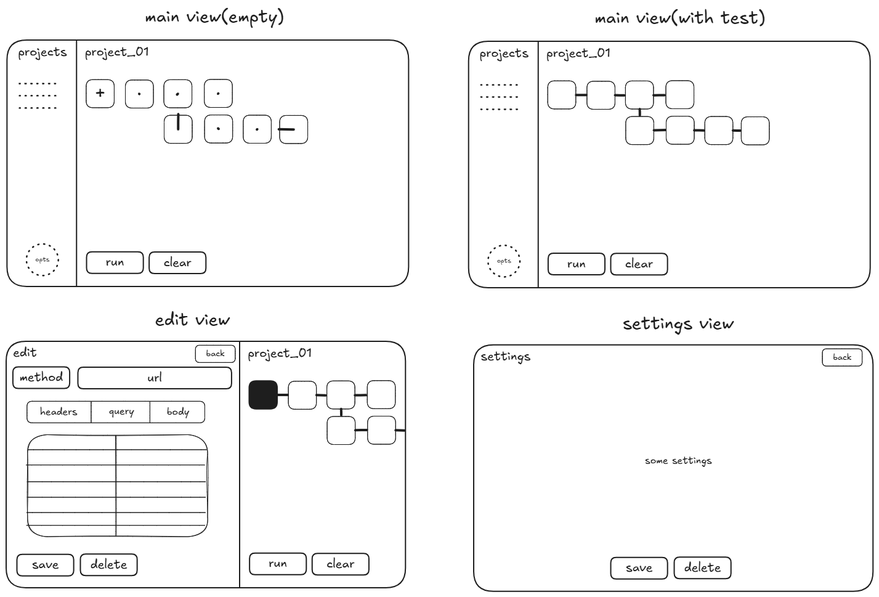
mrtnstl/wails-test keeps this Excalidraw diagram as docs/api-tester.excalidraw.png. Above is the earlier version. Source tidied: one line per element, renumbered; positions are measured from the earlier drawing's top-left corner, leaving out a move shared by most shapes. The source it was exported from:
```json
{"id": 0, "type": "rectangle", "strokeColor": "#1e1e1e", "strokeWidth": 2, "roughness": 0, "round": true, "x": 751, "y": 57, "width": 652, "height": 400}
{"id": 1, "type": "line", "strokeColor": "#1e1e1e", "strokeWidth": 2, "roughness": 0, "round": true, "x": 864, "y": 57, "width": 0, "height": 400, "points": [[0, 0], [0, 400]]}
{"id": 2, "type": "text", "text": "projects", "strokeColor": "#1e1e1e", "strokeWidth": 2, "roughness": 0, "fontSize": 20, "fontFamily": 5, "x": 769, "y": 65, "width": 79, "height": 25}
{"id": 3, "type": "text", "text": "project_01", "strokeColor": "#1e1e1e", "strokeWidth": 2, "roughness": 0, "fontSize": 20, "fontFamily": 5, "x": 877, "y": 64, "width": 104, "height": 25}
{"id": 4, "type": "line", "strokeColor": "#1e1e1e", "strokeWidth": 2, "strokeStyle": "dotted", "roughness": 0, "round": true, "x": 771, "y": 128, "width": 59, "height": 0, "points": [[0, 0], [59, 0]]}
{"id": 5, "type": "line", "strokeColor": "#1e1e1e", "strokeWidth": 2, "strokeStyle": "dotted", "roughness": 0, "round": true, "x": 771, "y": 147, "width": 59, "height": 0, "points": [[0, 0], [59, 0]]}
{"id": 6, "type": "line", "strokeColor": "#1e1e1e", "strokeWidth": 2, "strokeStyle": "dotted", "roughness": 0, "round": true, "x": 771, "y": 167, "width": 59, "height": 0, "points": [[0, 0], [59, 0]]}
{"id": 7, "type": "ellipse", "strokeColor": "#1e1e1e", "strokeWidth": 2, "strokeStyle": "dotted", "roughness": 0, "round": true, "x": 782, "y": 388, "width": 52, "height": 51}
{"id": 8, "type": "text", "text": "opts", "strokeColor": "#1e1e1e", "strokeWidth": 2, "strokeStyle": "dotted", "roughness": 0, "fontSize": 10.19, "fontFamily": 5, "textAlign": "center", "verticalAlign": "middle", "inside": 7, "x": 797, "y": 407, "width": 23, "height": 13}
{"id": 9, "type": "rectangle", "strokeColor": "#1e1e1e", "strokeWidth": 1, "roughness": 0, "round": true, "x": 879, "y": 121, "width": 46, "height": 46}
{"id": 10, "type": "rectangle", "strokeColor": "#1e1e1e", "strokeWidth": 1, "roughness": 0, "round": true, "x": 943, "y": 122, "width": 46, "height": 46}
{"id": 11, "type": "rectangle", "strokeColor": "#1e1e1e", "strokeWidth": 1, "roughness": 0, "round": true, "x": 1005, "y": 121, "width": 46, "height": 46}
{"id": 12, "type": "rectangle", "strokeColor": "#1e1e1e", "strokeWidth": 1, "roughness": 0, "round": true, "x": 1006, "y": 179, "width": 46, "height": 46}
{"id": 13, "type": "rectangle", "strokeColor": "#1e1e1e", "strokeWidth": 1, "roughness": 0, "round": true, "x": 1071, "y": 121, "width": 46, "height": 46}
{"id": 14, "type": "rectangle", "strokeColor": "#1e1e1e", "strokeWidth": 1, "roughness": 0, "round": true, "x": 1071, "y": 179, "width": 46, "height": 46}
{"id": 15, "type": "rectangle", "strokeColor": "#1e1e1e", "strokeWidth": 1, "roughness": 0, "round": true, "x": 1134, "y": 179, "width": 46, "height": 46}
{"id": 16, "type": "rectangle", "strokeColor": "#1e1e1e", "strokeWidth": 1, "roughness": 0, "round": true, "x": 1193, "y": 180, "width": 46, "height": 46}
{"id": 17, "type": "arrow", "strokeColor": "#1e1e1e", "strokeWidth": 4, "roughness": 0, "round": true, "from": 9, "to": 10, "x": 925, "y": 144, "width": 17, "height": 0, "points": [[0, 0], [17, 0]]}
{"id": 18, "type": "arrow", "strokeColor": "#1e1e1e", "strokeWidth": 4, "roughness": 0, "round": true, "from": 10, "to": 11, "x": 989, "y": 144, "width": 15, "height": 0, "points": [[0, 0], [15, 0]]}
{"id": 19, "type": "arrow", "strokeColor": "#1e1e1e", "strokeWidth": 4, "roughness": 0, "round": true, "from": 11, "to": 13, "x": 1051, "y": 145, "width": 18, "height": 0, "points": [[0, 0], [18, 0]]}
{"id": 20, "type": "arrow", "strokeColor": "#1e1e1e", "strokeWidth": 4, "roughness": 0, "round": true, "from": 12, "x": 1029, "y": 167, "width": 0, "height": 10, "points": [[0, 0], [0, 10]]}
{"id": 21, "type": "arrow", "strokeColor": "#1e1e1e", "strokeWidth": 4, "roughness": 0, "round": true, "from": 12, "to": 14, "x": 1052, "y": 201, "width": 19, "height": 0, "points": [[0, 0], [19, 0]]}
{"id": 22, "type": "arrow", "strokeColor": "#1e1e1e", "strokeWidth": 4, "roughness": 0, "round": true, "from": 14, "to": 15, "x": 1117, "y": 201, "width": 16, "height": 0, "points": [[0, 0], [16, 0]]}
{"id": 23, "type": "arrow", "strokeColor": "#1e1e1e", "strokeWidth": 4, "roughness": 0, "round": true, "from": 16, "x": 1180, "y": 202, "width": 12, "height": 0, "points": [[0, 0], [12, 0]]}
{"id": 24, "type": "rectangle", "strokeColor": "#1e1e1e", "strokeWidth": 2, "roughness": 0, "round": true, "x": 880, "y": 401, "width": 92, "height": 35}
{"id": 25, "type": "text", "text": "run", "strokeColor": "#1e1e1e", "strokeWidth": 2, "roughness": 0, "fontSize": 20, "fontFamily": 5, "textAlign": "center", "verticalAlign": "middle", "inside": 24, "x": 911, "y": 406, "width": 30, "height": 25}
{"id": 26, "type": "rectangle", "strokeColor": "#1e1e1e", "strokeWidth": 2, "roughness": 0, "round": true, "x": 981, "y": 401, "width": 92, "height": 35}
{"id": 27, "type": "text", "text": "clear", "strokeColor": "#1e1e1e", "strokeWidth": 2, "roughness": 0, "fontSize": 20, "fontFamily": 5, "textAlign": "center", "verticalAlign": "middle", "inside": 26, "x": 1005, "y": 406, "width": 45, "height": 25}
{"id": 28, "type": "rectangle", "strokeColor": "#1e1e1e", "strokeWidth": 2, "roughness": 0, "round": true, "x": 0, "y": 544, "width": 648, "height": 400}
{"id": 29, "type": "line", "strokeColor": "#1e1e1e", "strokeWidth": 2, "roughness": 0, "round": true, "x": 379, "y": 544, "width": 0, "height": 400, "points": [[0, 0], [0, 400]]}
{"id": 30, "type": "text", "text": "edit", "strokeColor": "#1e1e1e", "strokeWidth": 2, "roughness": 0, "fontSize": 20, "fontFamily": 5, "x": 11, "y": 551, "width": 39, "height": 25}
{"id": 31, "type": "text", "text": "project_01", "strokeColor": "#1e1e1e", "strokeWidth": 2, "roughness": 0, "fontSize": 20, "fontFamily": 5, "x": 392, "y": 551, "width": 104, "height": 25}
{"id": 32, "type": "rectangle", "strokeColor": "#1e1e1e", "backgroundColor": "#1e1e1e", "fillStyle": "solid", "strokeWidth": 2, "roughness": 0, "round": true, "x": 394, "y": 608, "width": 46, "height": 46}
{"id": 33, "type": "rectangle", "strokeColor": "#1e1e1e", "strokeWidth": 1, "roughness": 0, "round": true, "x": 458, "y": 609, "width": 46, "height": 46}
{"id": 34, "type": "rectangle", "strokeColor": "#1e1e1e", "strokeWidth": 1, "roughness": 0, "round": true, "x": 521, "y": 608, "width": 46, "height": 46}
{"id": 35, "type": "rectangle", "strokeColor": "#1e1e1e", "strokeWidth": 1, "roughness": 0, "round": true, "x": 521, "y": 666, "width": 46, "height": 46}
{"id": 36, "type": "rectangle", "strokeColor": "#1e1e1e", "strokeWidth": 1, "roughness": 0, "round": true, "x": 586, "y": 608, "width": 46, "height": 46}
{"id": 37, "type": "rectangle", "strokeColor": "#1e1e1e", "strokeWidth": 1, "roughness": 0, "round": true, "x": 587, "y": 665, "width": 46, "height": 46}
{"id": 38, "type": "arrow", "strokeColor": "#1e1e1e", "strokeWidth": 4, "roughness": 0, "round": true, "to": 33, "x": 440, "y": 631, "width": 17, "height": 0, "points": [[0, 0], [17, 0]]}
{"id": 39, "type": "arrow", "strokeColor": "#1e1e1e", "strokeWidth": 4, "roughness": 0, "round": true, "to": 34, "x": 504, "y": 631, "width": 15, "height": 0, "points": [[0, 0], [15, 0]]}
{"id": 40, "type": "arrow", "strokeColor": "#1e1e1e", "strokeWidth": 4, "roughness": 0, "round": true, "to": 36, "x": 566, "y": 632, "width": 18, "height": 0, "points": [[0, 0], [18, 0]]}
{"id": 41, "type": "arrow", "strokeColor": "#1e1e1e", "strokeWidth": 4, "roughness": 0, "round": true, "from": 35, "x": 544, "y": 654, "width": 0, "height": 10, "points": [[0, 0], [0, 10]]}
{"id": 42, "type": "arrow", "strokeColor": "#1e1e1e", "strokeWidth": 4, "roughness": 0, "round": true, "to": 37, "x": 567, "y": 688, "width": 19, "height": 0, "points": [[0, 0], [19, 0]]}
{"id": 43, "type": "arrow", "strokeColor": "#1e1e1e", "strokeWidth": 4, "roughness": 0, "round": true, "from": 37, "to": 37, "x": 632, "y": 688, "width": 14, "height": 0, "points": [[0, 0], [14, 0]]}
{"id": 44, "type": "rectangle", "strokeColor": "#1e1e1e", "strokeWidth": 2, "roughness": 0, "round": true, "x": 395, "y": 888, "width": 92, "height": 35}
{"id": 45, "type": "text", "text": "run", "strokeColor": "#1e1e1e", "strokeWidth": 2, "roughness": 0, "fontSize": 20, "fontFamily": 5, "textAlign": "center", "verticalAlign": "middle", "inside": 44, "x": 426, "y": 893, "width": 30, "height": 25}
{"id": 46, "type": "rectangle", "strokeColor": "#1e1e1e", "strokeWidth": 2, "roughness": 0, "round": true, "x": 497, "y": 888, "width": 92, "height": 35}
{"id": 47, "type": "text", "text": "clear", "strokeColor": "#1e1e1e", "strokeWidth": 2, "roughness": 0, "fontSize": 20, "fontFamily": 5, "textAlign": "center", "verticalAlign": "middle", "inside": 46, "x": 520, "y": 893, "width": 45, "height": 25}
{"id": 48, "type": "rectangle", "strokeColor": "#1e1e1e", "strokeWidth": 2, "roughness": 0, "round": true, "x": 11, "y": 586, "width": 92, "height": 35}
{"id": 49, "type": "text", "text": "method", "strokeColor": "#1e1e1e", "strokeWidth": 2, "roughness": 0, "fontSize": 20, "fontFamily": 5, "textAlign": "center", "verticalAlign": "middle", "inside": 48, "x": 22, "y": 591, "width": 70, "height": 25}
{"id": 50, "type": "rectangle", "strokeColor": "#1e1e1e", "strokeWidth": 2, "roughness": 0, "round": true, "x": 116, "y": 586, "width": 249, "height": 35}
{"id": 51, "type": "text", "text": "url", "strokeColor": "#1e1e1e", "strokeWidth": 2, "roughness": 0, "fontSize": 20, "fontFamily": 5, "textAlign": "center", "verticalAlign": "middle", "inside": 50, "x": 229, "y": 591, "width": 24, "height": 25}
{"id": 52, "type": "rectangle", "strokeColor": "#1e1e1e", "strokeWidth": 2, "roughness": 0, "round": true, "x": 17, "y": 890, "width": 92, "height": 35}
{"id": 53, "type": "text", "text": "save", "strokeColor": "#1e1e1e", "strokeWidth": 2, "roughness": 0, "fontSize": 20, "fontFamily": 5, "textAlign": "center", "verticalAlign": "middle", "inside": 52, "x": 42, "y": 895, "width": 44, "height": 25}
{"id": 54, "type": "rectangle", "strokeColor": "#1e1e1e", "strokeWidth": 2, "roughness": 0, "round": true, "x": 120, "y": 889, "width": 92, "height": 35}
{"id": 55, "type": "text", "text": "delete", "strokeColor": "#1e1e1e", "strokeWidth": 2, "roughness": 0, "fontSize": 20, "fontFamily": 5, "textAlign": "center", "verticalAlign": "middle", "inside": 54, "x": 137, "y": 894, "width": 60, "height": 25}
{"id": 56, "type": "rectangle", "strokeColor": "#1e1e1e", "strokeWidth": 1, "roughness": 0, "round": true, "x": 34, "y": 641, "width": 289, "height": 35}
{"id": 57, "type": "text", "text": "headers", "strokeColor": "#1e1e1e", "strokeWidth": 1, "roughness": 0, "fontSize": 16, "fontFamily": 5, "x": 55, "y": 649, "width": 60, "height": 20}
{"id": 58, "type": "text", "text": "query", "strokeColor": "#1e1e1e", "strokeWidth": 1, "roughness": 0, "fontSize": 16, "fontFamily": 5, "x": 167, "y": 648, "width": 41, "height": 20}
{"id": 59, "type": "text", "text": "body", "strokeColor": "#1e1e1e", "strokeWidth": 1, "roughness": 0, "fontSize": 16, "fontFamily": 5, "x": 261, "y": 649, "width": 37, "height": 20}
{"id": 60, "type": "line", "strokeColor": "#1e1e1e", "strokeWidth": 1, "roughness": 0, "round": true, "x": 138, "y": 641, "width": 0, "height": 35, "points": [[0, 0], [0, 35]]}
{"id": 61, "type": "line", "strokeColor": "#1e1e1e", "strokeWidth": 1, "roughness": 0, "round": true, "x": 233, "y": 641, "width": 0, "height": 35, "points": [[0, 0], [0, 35]]}
{"id": 62, "type": "rectangle", "strokeColor": "#1e1e1e", "strokeWidth": 1, "roughness": 0, "round": true, "x": 307, "y": 550, "width": 65, "height": 28}
{"id": 63, "type": "text", "text": "back", "strokeColor": "#1e1e1e", "strokeWidth": 1, "roughness": 0, "fontSize": 14.0, "fontFamily": 5, "textAlign": "center", "verticalAlign": "middle", "inside": 62, "x": 324, "y": 556, "width": 30, "height": 18}
{"id": 64, "type": "text", "text": "main view(with test)", "strokeColor": "#1e1e1e", "strokeWidth": 1, "roughness": 0, "fontSize": 28, "fontFamily": 5, "x": 955, "y": 2, "width": 277, "height": 35}
{"id": 65, "type": "text", "text": "edit view", "strokeColor": "#1e1e1e", "strokeWidth": 1, "roughness": 0, "fontSize": 28, "fontFamily": 5, "x": 242, "y": 493, "width": 121, "height": 35}
{"id": 66, "type": "rectangle", "strokeColor": "#1e1e1e", "strokeWidth": 1, "roughness": 1, "round": true, "x": 35, "y": 696, "width": 292, "height": 166}
{"id": 67, "type": "line", "strokeColor": "#1e1e1e", "strokeWidth": 1, "roughness": 1, "round": true, "x": 178, "y": 696, "width": 0, "height": 164, "points": [[0, 0], [0, 164]]}
{"id": 68, "type": "line", "strokeColor": "#1e1e1e", "strokeWidth": 1, "roughness": 0, "round": true, "x": 35, "y": 720, "width": 290, "height": 0, "points": [[0, 0], [290, 0]]}
{"id": 69, "type": "line", "strokeColor": "#1e1e1e", "strokeWidth": 1, "roughness": 0, "round": true, "x": 32, "y": 745, "width": 290, "height": 0, "points": [[0, 0], [290, 0]]}
{"id": 70, "type": "line", "strokeColor": "#1e1e1e", "strokeWidth": 1, "roughness": 0, "round": true, "x": 34, "y": 772, "width": 290, "height": 0, "points": [[0, 0], [290, 0]]}
{"id": 71, "type": "line", "strokeColor": "#1e1e1e", "strokeWidth": 1, "roughness": 0, "round": true, "x": 34, "y": 797, "width": 290, "height": 0, "points": [[0, 0], [290, 0]]}
{"id": 72, "type": "line", "strokeColor": "#1e1e1e", "strokeWidth": 1, "roughness": 0, "round": true, "x": 33, "y": 822, "width": 290, "height": 0, "points": [[0, 0], [290, 0]]}
{"id": 73, "type": "line", "strokeColor": "#1e1e1e", "strokeWidth": 1, "roughness": 0, "round": true, "x": 33, "y": 843, "width": 290, "height": 0, "points": [[0, 0], [290, 0]]}
{"id": 74, "type": "rectangle", "strokeColor": "#1e1e1e", "strokeWidth": 2, "roughness": 0, "round": true, "x": 759, "y": 550, "width": 648, "height": 400}
{"id": 75, "type": "text", "text": "settings", "strokeColor": "#1e1e1e", "strokeWidth": 2, "roughness": 0, "fontSize": 20, "fontFamily": 5, "x": 770, "y": 556, "width": 81, "height": 25}
{"id": 76, "type": "rectangle", "strokeColor": "#1e1e1e", "strokeWidth": 2, "roughness": 0, "round": true, "x": 982, "y": 895, "width": 92, "height": 35}
{"id": 77, "type": "text", "text": "save", "strokeColor": "#1e1e1e", "strokeWidth": 2, "roughness": 0, "fontSize": 20, "fontFamily": 5, "textAlign": "center", "verticalAlign": "middle", "inside": 76, "x": 1006, "y": 900, "width": 44, "height": 25}
{"id": 78, "type": "rectangle", "strokeColor": "#1e1e1e", "strokeWidth": 2, "roughness": 0, "round": true, "x": 1085, "y": 894, "width": 92, "height": 35}
{"id": 79, "type": "text", "text": "delete", "strokeColor": "#1e1e1e", "strokeWidth": 2, "roughness": 0, "fontSize": 20, "fontFamily": 5, "textAlign": "center", "verticalAlign": "middle", "inside": 78, "x": 1101, "y": 899, "width": 60, "height": 25}
{"id": 80, "type": "rectangle", "strokeColor": "#1e1e1e", "strokeWidth": 1, "roughness": 0, "round": true, "x": 1325, "y": 556, "width": 65, "height": 28}
{"id": 81, "type": "text", "text": "back", "strokeColor": "#1e1e1e", "strokeWidth": 1, "roughness": 0, "fontSize": 14.0, "fontFamily": 5, "textAlign": "center", "verticalAlign": "middle", "inside": 80, "x": 1342, "y": 561, "width": 30, "height": 18}
{"id": 82, "type": "text", "text": "settings view", "strokeColor": "#1e1e1e", "strokeWidth": 1, "roughness": 0, "fontSize": 28, "fontFamily": 5, "x": 1001, "y": 498, "width": 181, "height": 35}
{"id": 83, "type": "text", "text": "some settings", "strokeColor": "#1e1e1e", "strokeWidth": 2, "roughness": 1, "fontSize": 16, "fontFamily": 5, "x": 1037, "y": 728, "width": 109, "height": 20}
{"id": 84, "type": "rectangle", "strokeColor": "#1e1e1e", "strokeWidth": 2, "roughness": 0, "round": true, "x": 1, "y": 55, "width": 652, "height": 400}
{"id": 85, "type": "line", "strokeColor": "#1e1e1e", "strokeWidth": 2, "roughness": 0, "round": true, "x": 114, "y": 55, "width": 0, "height": 400, "points": [[0, 0], [0, 400]]}
{"id": 86, "type": "text", "text": "projects", "strokeColor": "#1e1e1e", "strokeWidth": 2, "roughness": 0, "fontSize": 20, "fontFamily": 5, "x": 19, "y": 63, "width": 79, "height": 25}
{"id": 87, "type": "text", "text": "project_01", "strokeColor": "#1e1e1e", "strokeWidth": 2, "roughness": 0, "fontSize": 20, "fontFamily": 5, "x": 128, "y": 62, "width": 104, "height": 25}
{"id": 88, "type": "line", "strokeColor": "#1e1e1e", "strokeWidth": 2, "strokeStyle": "dotted", "roughness": 0, "round": true, "x": 21, "y": 126, "width": 59, "height": 0, "points": [[0, 0], [59, 0]]}
{"id": 89, "type": "line", "strokeColor": "#1e1e1e", "strokeWidth": 2, "strokeStyle": "dotted", "roughness": 0, "round": true, "x": 22, "y": 145, "width": 59, "height": 0, "points": [[0, 0], [59, 0]]}
{"id": 90, "type": "line", "strokeColor": "#1e1e1e", "strokeWidth": 2, "strokeStyle": "dotted", "roughness": 0, "round": true, "x": 22, "y": 165, "width": 59, "height": 0, "points": [[0, 0], [59, 0]]}
{"id": 91, "type": "ellipse", "strokeColor": "#1e1e1e", "strokeWidth": 2, "strokeStyle": "dotted", "roughness": 0, "round": true, "x": 33, "y": 386, "width": 52, "height": 51}
{"id": 92, "type": "text", "text": "opts", "strokeColor": "#1e1e1e", "strokeWidth": 2, "strokeStyle": "dotted", "roughness": 0, "fontSize": 10.19, "fontFamily": 5, "textAlign": "center", "verticalAlign": "middle", "inside": 91, "x": 48, "y": 405, "width": 23, "height": 13}
{"id": 93, "type": "rectangle", "strokeColor": "#1e1e1e", "strokeWidth": 1, "roughness": 0, "round": true, "x": 130, "y": 119, "width": 46, "height": 46}
{"id": 94, "type": "text", "text": "+", "strokeColor": "#1e1e1e", "strokeWidth": 2, "roughness": 1, "fontSize": 28, "fontFamily": 5, "textAlign": "center", "verticalAlign": "middle", "inside": 93, "x": 145, "y": 125, "width": 15, "height": 35}
{"id": 95, "type": "rectangle", "strokeColor": "#1e1e1e", "strokeWidth": 2, "roughness": 0, "round": true, "x": 131, "y": 399, "width": 92, "height": 35}
{"id": 96, "type": "text", "text": "run", "strokeColor": "#1e1e1e", "strokeWidth": 2, "roughness": 0, "fontSize": 20, "fontFamily": 5, "textAlign": "center", "verticalAlign": "middle", "inside": 95, "x": 162, "y": 404, "width": 30, "height": 25}
{"id": 97, "type": "rectangle", "strokeColor": "#1e1e1e", "strokeWidth": 2, "roughness": 0, "round": true, "x": 232, "y": 399, "width": 92, "height": 35}
{"id": 98, "type": "text", "text": "clear", "strokeColor": "#1e1e1e", "strokeWidth": 2, "roughness": 0, "fontSize": 20, "fontFamily": 5, "textAlign": "center", "verticalAlign": "middle", "inside": 97, "x": 256, "y": 404, "width": 45, "height": 25}
{"id": 99, "type": "text", "text": "main view(empty)", "strokeColor": "#1e1e1e", "strokeWidth": 1, "roughness": 0, "fontSize": 28, "fontFamily": 5, "x": 225, "y": 0, "width": 226, "height": 35}
```
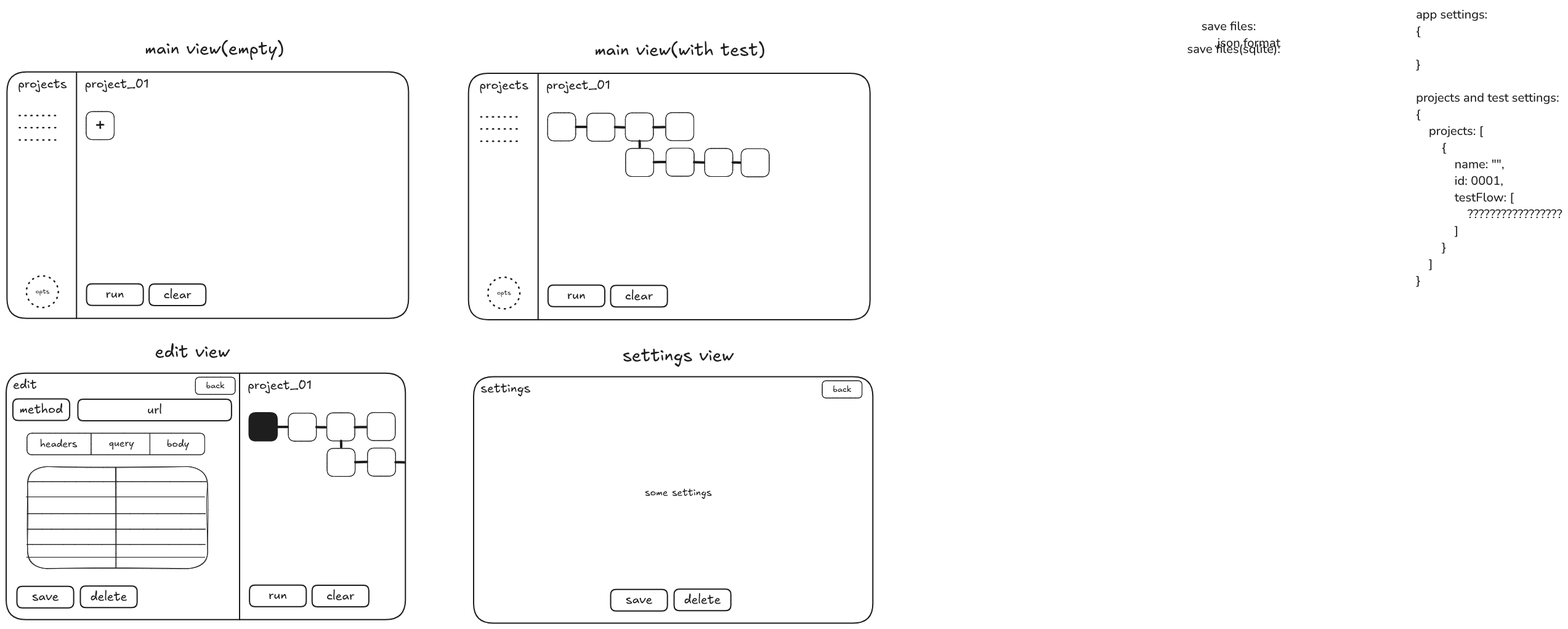
Above is the later version.

Diff of the diagram source:
```diff
@@ -98,3 +98,4 @@
 {"id": 97, "type": "rectangle", "strokeColor": "#1e1e1e", "strokeWidth": 2, "roughness": 0, "round": true, "x": 232, "y": 399, "width": 92, "height": 35}
 {"id": 98, "type": "text", "text": "clear", "strokeColor": "#1e1e1e", "strokeWidth": 2, "roughness": 0, "fontSize": 20, "fontFamily": 5, "textAlign": "center", "verticalAlign": "middle", "inside": 97, "x": 256, "y": 404, "width": 45, "height": 25}
 {"id": 99, "type": "text", "text": "main view(empty)", "strokeColor": "#1e1e1e", "strokeWidth": 1, "roughness": 0, "fontSize": 28, "fontFamily": 5, "x": 225, "y": 0, "width": 226, "height": 35}
+{"id": 100, "type": "text", "text": "save files(sqlite):\n", "strokeColor": "#1e1e1e", "strokeWidth": 2, "roughness": 1, "fontSize": 20, "fontFamily": 6, "x": 1918, "y": 4, "width": 151, "height": 54}
```
